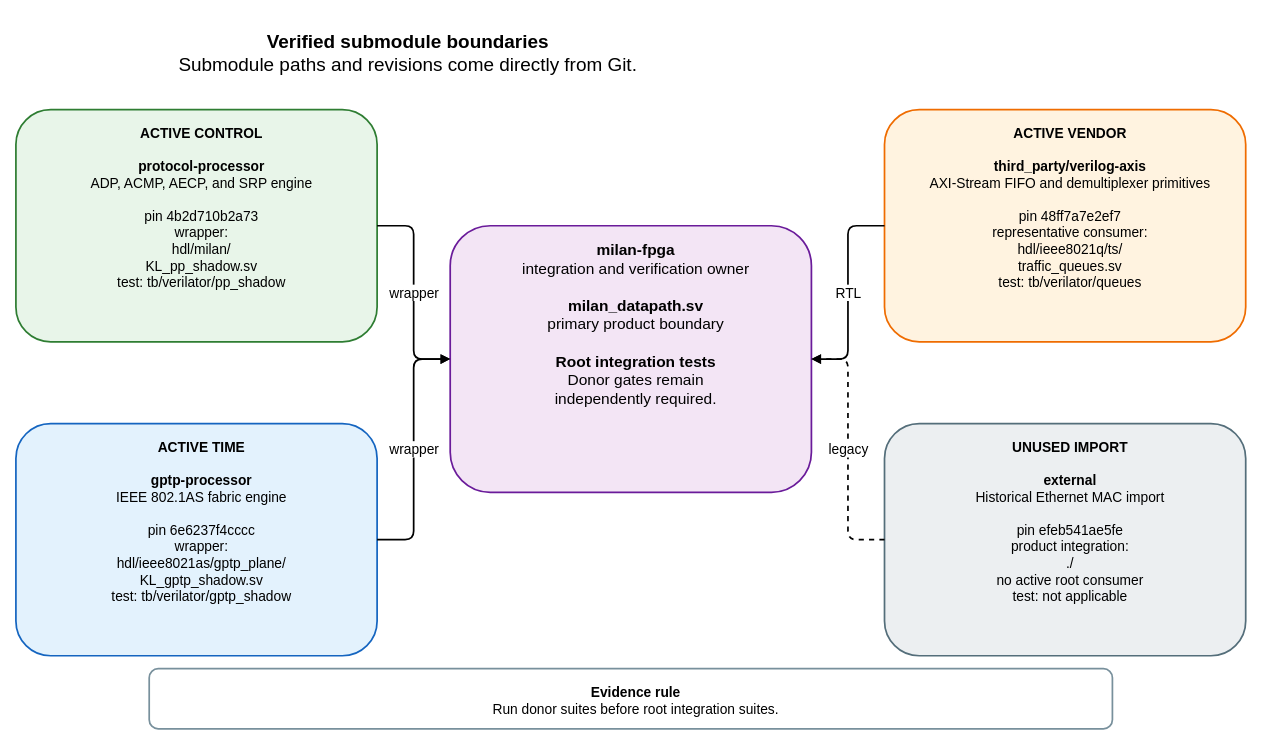
Before: docs/diagrams/submodule_boundaries.drawio in kebag-logic/milan-fpga, a draw.io diagram. Source tidied: cells renumbered, new cells numbered last; positions are measured from the earlier drawing's top-left corner, leaving out a move shared by most shapes. Both pictures are drawn from the tidied source at 86%, with x=0, y=0 at pixel (15, 15).
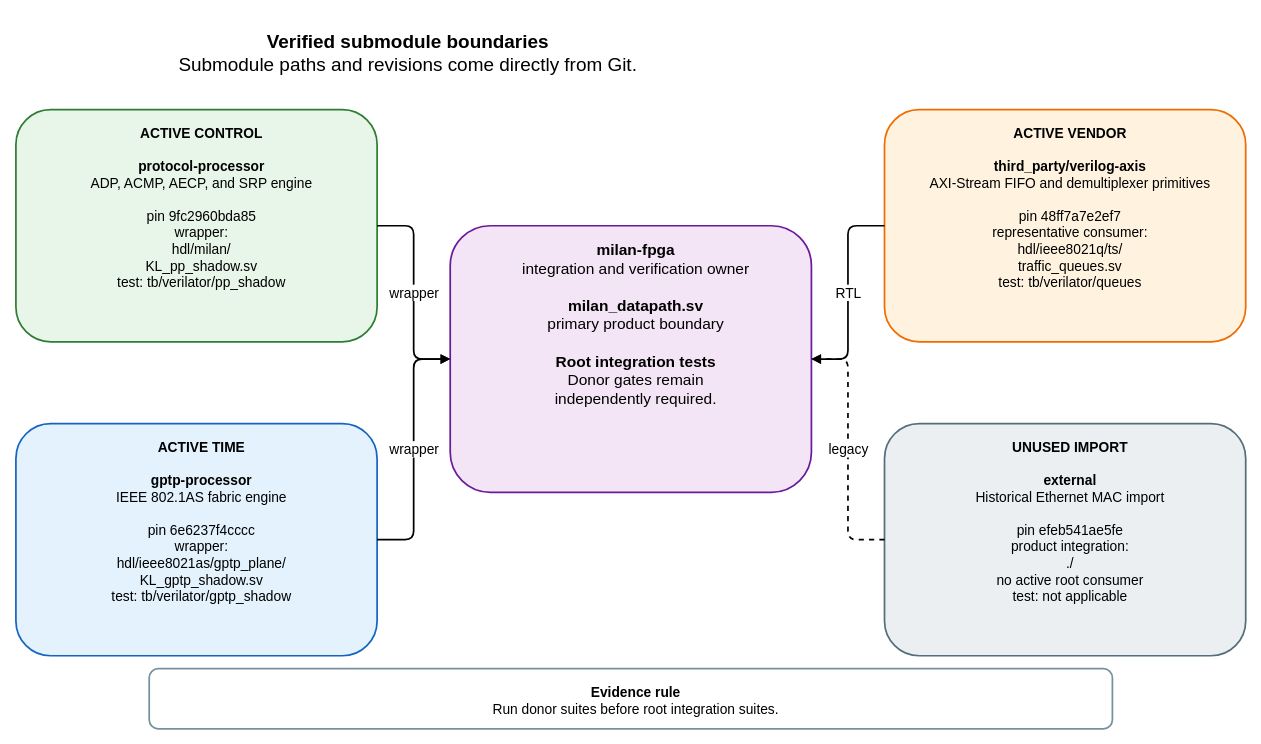
After the change.

Commit message (it also covers changes not shown here):
Pin the protocol processor at its merged main tip

What changed in the source:
```diff
@@
 <mxGraphModel>
   <root>
     <mxCell id="0" />
     <mxCell id="1" parent="0" />
     <mxCell id="2" value="&lt;b&gt;Verified submodule boundaries&lt;/b&gt;&lt;br&gt;Submodule paths and revisions come directly from Git." style="rounded=1;whiteSpace=wrap;html=1;verticalAlign=top;spacingTop=12;spacingLeft=12;fontSize=22;fontFamily=Helvetica;fillColor=none;strokeColor=none;strokeWidth=2;" parent="1" vertex="1">
       <mxGeometry width="900" height="65" as="geometry" />
     </mxCell>
     <mxCell id="3" value="&lt;b&gt;milan-fpga&lt;/b&gt;&lt;br&gt;integration and verification owner&lt;br&gt;&lt;br&gt;&lt;b&gt;milan_datapath.sv&lt;/b&gt;&lt;br&gt;primary product boundary&lt;br&gt;&lt;br&gt;&lt;b&gt;Root integration tests&lt;/b&gt;&lt;br&gt;Donor gates remain&lt;br&gt;independently required." style="rounded=1;whiteSpace=wrap;html=1;verticalAlign=top;spacingTop=12;spacingLeft=12;fontSize=18;fontFamily=Helvetica;fillColor=#F3E5F5;strokeColor=#6A1B9A;strokeWidth=2;" parent="1" vertex="1">
       <mxGeometry x="505" y="245" width="420" height="310" as="geometry" />
     </mxCell>
-    <mxCell id="4" value="&lt;b&gt;ACTIVE CONTROL&lt;/b&gt;&lt;br&gt;&lt;br&gt;&lt;b&gt;protocol-processor&lt;/b&gt;&lt;br&gt;ADP, ACMP, AECP, and SRP engine&lt;br&gt;&lt;br&gt;pin 4b2d710b2a73&lt;br&gt;wrapper:&lt;br&gt;hdl/milan/&lt;br&gt;KL_pp_shadow.sv&lt;br&gt;test: tb/verilator/pp_shadow" style="rounded=1;whiteSpace=wrap;html=1;verticalAlign=top;spacingTop=12;spacingLeft=12;fontSize=16;fontFamily=Helvetica;fillColor=#E8F5E9;strokeColor=#2E7D32;strokeWidth=2;" parent="1" vertex="1">
+    <mxCell id="4" value="&lt;b&gt;ACTIVE CONTROL&lt;/b&gt;&lt;br&gt;&lt;br&gt;&lt;b&gt;protocol-processor&lt;/b&gt;&lt;br&gt;ADP, ACMP, AECP, and SRP engine&lt;br&gt;&lt;br&gt;pin 9fc2960bda85&lt;br&gt;wrapper:&lt;br&gt;hdl/milan/&lt;br&gt;KL_pp_shadow.sv&lt;br&gt;test: tb/verilator/pp_shadow" style="rounded=1;whiteSpace=wrap;html=1;verticalAlign=top;spacingTop=12;spacingLeft=12;fontSize=16;fontFamily=Helvetica;fillColor=#E8F5E9;strokeColor=#2E7D32;strokeWidth=2;" parent="1" vertex="1">
       <mxGeometry y="110" width="420" height="270" as="geometry" />
     </mxCell>
     <mxCell id="5" value="&lt;b&gt;ACTIVE TIME&lt;/b&gt;&lt;br&gt;&lt;br&gt;&lt;b&gt;gptp-processor&lt;/b&gt;&lt;br&gt;IEEE 802.1AS fabric engine&lt;br&gt;&lt;br&gt;pin 6e6237f4cccc&lt;br&gt;wrapper:&lt;br&gt;hdl/ieee8021as/gptp_plane/&lt;br&gt;KL_gptp_shadow.sv&lt;br&gt;test: tb/verilator/gptp_shadow" style="rounded=1;whiteSpace=wrap;html=1;verticalAlign=top;spacingTop=12;spacingLeft=12;fontSize=16;fontFamily=Helvetica;fillColor=#E3F2FD;strokeColor=#1565C0;strokeWidth=2;" parent="1" vertex="1">
       <mxGeometry y="475" width="420" height="270" as="geometry" />
     </mxCell>
     <mxCell id="6" value="&lt;b&gt;ACTIVE VENDOR&lt;/b&gt;&lt;br&gt;&lt;br&gt;&lt;b&gt;third_party/verilog-axis&lt;/b&gt;&lt;br&gt;AXI-Stream FIFO and demultiplexer primitives&lt;br&gt;&lt;br&gt;pin 48ff7a7e2ef7&lt;br&gt;representative consumer:&lt;br&gt;hdl/ieee8021q/ts/&lt;br&gt;traffic_queues.sv&lt;br&gt;test: tb/verilator/queues" style="rounded=1;whiteSpace=wrap;html=1;verticalAlign=top;spacingTop=12;spacingLeft=12;fontSize=16;fontFamily=Helvetica;fillColor=#FFF3E0;strokeColor=#EF6C00;strokeWidth=2;" parent="1" vertex="1">
       <mxGeometry x="1010" y="110" width="420" height="270" as="geometry" />
     </mxCell>
     <mxCell id="7" value="&lt;b&gt;UNUSED IMPORT&lt;/b&gt;&lt;br&gt;&lt;br&gt;&lt;b&gt;external&lt;/b&gt;&lt;br&gt;Historical Ethernet MAC import&lt;br&gt;&lt;br&gt;pin efeb541ae5fe&lt;br&gt;product integration:&lt;br&gt;./&lt;br&gt;no active root consumer&lt;br&gt;test: not applicable" style="rounded=1;whiteSpace=wrap;html=1;verticalAlign=top;spacingTop=12;spacingLeft=12;fontSize=16;fontFamily=Helvetica;fillColor=#ECEFF1;strokeColor=#546E7A;strokeWidth=2;" parent="1" vertex="1">
       <mxGeometry x="1010" y="475" width="420" height="270" as="geometry" />
     </mxCell>
     <mxCell id="8" value="wrapper" style="edgeStyle=orthogonalEdgeStyle;rounded=1;jettySize=auto;html=1;endArrow=block;endFill=1;strokeWidth=2;fontSize=16;fontFamily=Helvetica;labelBackgroundColor=#FFFFFF;" parent="1" edge="1" source="4" target="3">
       <mxGeometry relative="1" as="geometry" />
     </mxCell>
     <mxCell id="9" value="wrapper" style="edgeStyle=orthogonalEdgeStyle;rounded=1;jettySize=auto;html=1;endArrow=block;endFill=1;strokeWidth=2;fontSize=16;fontFamily=Helvetica;labelBackgroundColor=#FFFFFF;" parent="1" edge="1" source="5" target="3">
       <mxGeometry relative="1" as="geometry" />
     </mxCell>
     <mxCell id="10" value="RTL" style="edgeStyle=orthogonalEdgeStyle;rounded=1;jettySize=auto;html=1;endArrow=block;endFill=1;strokeWidth=2;fontSize=16;fontFamily=Helvetica;labelBackgroundColor=#FFFFFF;" parent="1" edge="1" source="6" target="3">
       <mxGeometry relative="1" as="geometry" />
     </mxCell>
     <mxCell id="11" value="legacy" style="edgeStyle=orthogonalEdgeStyle;rounded=1;jettySize=auto;html=1;endArrow=block;endFill=1;strokeWidth=2;fontSize=16;fontFamily=Helvetica;labelBackgroundColor=#FFFFFF;dashed=1;" parent="1" edge="1" source="7" target="3">
       <mxGeometry relative="1" as="geometry" />
     </mxCell>
     <mxCell id="12" value="&lt;b&gt;Evidence rule&lt;/b&gt;&lt;br&gt;Run donor suites before root integration suites." style="rounded=1;whiteSpace=wrap;html=1;verticalAlign=top;spacingTop=12;spacingLeft=12;fontSize=16;fontFamily=Helvetica;fillColor=#FFFFFF;strokeColor=#78909C;strokeWidth=2;" parent="1" vertex="1">
       <mxGeometry x="155" y="760" width="1120" height="70" as="geometry" />
     </mxCell>
   </root>
 </mxGraphModel>
```
